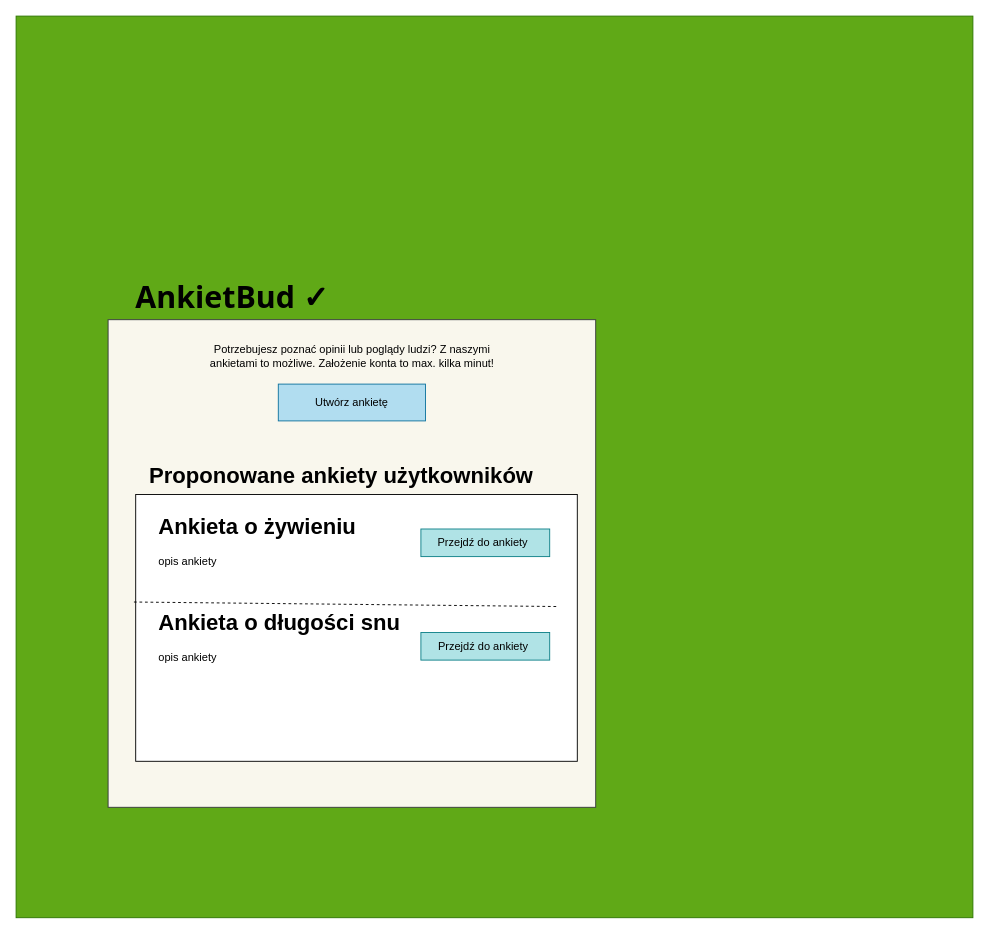
The draw.io diagram Untitled Diagram.drawio in Maaateusz/Projekt_Zespolowy_2020, before the edit. Source tidied: cells renumbered, new cells numbered last; positions are measured from the earlier drawing's top-left corner, leaving out a move shared by most shapes. Both pictures are drawn from the tidied source at 92%, with x=0, y=0 at pixel (16, 16).
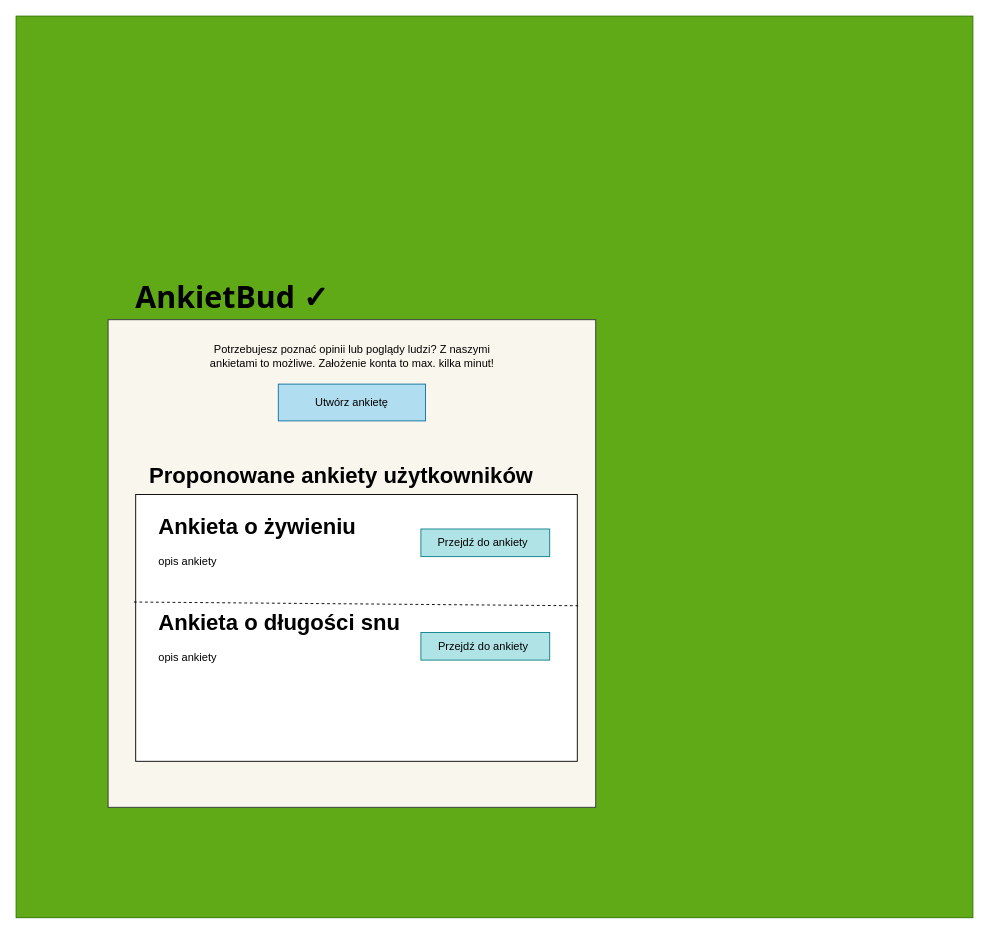
After the change.

Diff of the diagram source:
```diff
@@
 <mxGraphModel>
   <root>
     <mxCell id="0" />
     <mxCell id="1" parent="0" />
     <mxCell id="2" style="rounded=0;whiteSpace=wrap;html=1;fillColor=#60a917;strokeColor=#2D7600;fontColor=#ffffff;" parent="1" vertex="1">
       <mxGeometry width="1040" height="980" as="geometry" />
     </mxCell>
     <mxCell id="3" style="whiteSpace=wrap;html=1;fillColor=#f9f7ed;strokeColor=#36393d;" parent="1" vertex="1">
       <mxGeometry x="100" y="330" width="530" height="530" as="geometry" />
     </mxCell>
     <mxCell id="4" value="&lt;font size=&quot;1&quot; face=&quot;Tahoma&quot;&gt;&lt;b style=&quot;font-size: 33px&quot;&gt;AnkietBud &lt;/b&gt;&lt;/font&gt;&lt;font size=&quot;1&quot; face=&quot;Tahoma&quot;&gt;&lt;b style=&quot;font-size: 33px&quot;&gt;&lt;span class=&quot;aCOpRe&quot;&gt;&lt;span&gt;✓&lt;/span&gt;&lt;/span&gt;&lt;/b&gt;&lt;/font&gt;&lt;span class=&quot;aCOpRe&quot;&gt;&lt;span&gt;&lt;/span&gt;&lt;/span&gt;" style="text;html=1;strokeColor=none;fillColor=none;align=center;verticalAlign=middle;whiteSpace=wrap;rounded=0;" parent="1" vertex="1">
       <mxGeometry x="110" y="270" width="250" height="70" as="geometry" />
     </mxCell>
     <mxCell id="5" style="rounded=0;whiteSpace=wrap;html=1;fillColor=#b1ddf0;strokeColor=#10739e;" parent="1" vertex="1">
       <mxGeometry x="285" y="400" width="160" height="40" as="geometry" />
     </mxCell>
     <mxCell id="6" value="Utwórz ankietę" style="text;html=1;strokeColor=none;fillColor=none;align=center;verticalAlign=middle;whiteSpace=wrap;rounded=0;" parent="1" vertex="1">
       <mxGeometry x="300" y="410" width="130" height="20" as="geometry" />
     </mxCell>
     <mxCell id="7" value="Potrzebujesz poznać opinii lub poglądy ludzi? Z naszymi ankietami to możliwe. Założenie konta to max. kilka minut!" style="text;html=1;strokeColor=none;fillColor=none;align=center;verticalAlign=middle;whiteSpace=wrap;rounded=0;" parent="1" vertex="1">
       <mxGeometry x="194.5" y="340" width="341" height="60" as="geometry" />
     </mxCell>
     <mxCell id="8" style="rounded=0;whiteSpace=wrap;html=1;" parent="1" vertex="1">
       <mxGeometry x="130" y="520" width="480" height="290" as="geometry" />
     </mxCell>
     <mxCell id="9" value="&lt;h1&gt;Proponowane ankiety użytkowników&lt;br&gt;&lt;/h1&gt;&lt;p&gt;&lt;br&gt;&lt;/p&gt;" style="text;html=1;strokeColor=none;fillColor=none;spacing=5;spacingTop=-20;whiteSpace=wrap;overflow=hidden;rounded=0;" parent="1" vertex="1">
       <mxGeometry x="140" y="480" width="490" height="120" as="geometry" />
     </mxCell>
     <mxCell id="10" value="&lt;h1&gt;Ankieta o żywieniu&lt;br&gt;&lt;/h1&gt;&lt;p&gt;opis ankiety&lt;br&gt;&lt;/p&gt;" style="text;html=1;strokeColor=none;fillColor=none;spacing=5;spacingTop=-20;whiteSpace=wrap;overflow=hidden;rounded=0;" parent="1" vertex="1">
       <mxGeometry x="150" y="535" width="290" height="75" as="geometry" />
     </mxCell>
     <mxCell id="11" value="&lt;h1&gt;Ankieta o długości snu&lt;br&gt;&lt;/h1&gt;&lt;p&gt;opis ankiety&lt;br&gt;&lt;/p&gt;" style="text;html=1;strokeColor=none;fillColor=none;spacing=5;spacingTop=-20;whiteSpace=wrap;overflow=hidden;rounded=0;" parent="1" vertex="1">
       <mxGeometry x="150" y="640" width="340" height="120" as="geometry" />
     </mxCell>
-    <mxCell id="12" style="endArrow=none;dashed=1;html=1;exitX=-0.004;exitY=0.403;exitDx=0;exitDy=0;exitPerimeter=0;entryX=0.958;entryY=0.42;entryDx=0;entryDy=0;entryPerimeter=0;" parent="1" edge="1" source="8" target="8">
+    <mxCell id="12" style="endArrow=none;dashed=1;html=1;exitX=-0.004;exitY=0.403;exitDx=0;exitDy=0;exitPerimeter=0;entryX=1.002;entryY=0.417;entryDx=0;entryDy=0;entryPerimeter=0;" parent="1" edge="1" source="8" target="8">
       <mxGeometry relative="1" as="geometry" />
     </mxCell>
     <mxCell id="13" style="rounded=0;whiteSpace=wrap;html=1;fillColor=#b0e3e6;strokeColor=#0e8088;" parent="1" vertex="1">
       <mxGeometry x="440" y="557.5" width="140" height="30" as="geometry" />
     </mxCell>
     <mxCell id="14" style="rounded=0;whiteSpace=wrap;html=1;fillColor=#b0e3e6;strokeColor=#0e8088;" parent="1" vertex="1">
       <mxGeometry x="440" y="670" width="140" height="30" as="geometry" />
     </mxCell>
     <mxCell id="15" value="Przejdź do ankiety" style="text;html=1;strokeColor=none;fillColor=none;align=center;verticalAlign=middle;whiteSpace=wrap;rounded=0;" parent="1" vertex="1">
       <mxGeometry x="445" y="562.5" width="125" height="20" as="geometry" />
     </mxCell>
     <mxCell id="16" value="Przejdź do ankiety" style="text;html=1;strokeColor=none;fillColor=none;align=center;verticalAlign=middle;whiteSpace=wrap;rounded=0;" parent="1" vertex="1">
       <mxGeometry x="447.5" y="675" width="120" height="20" as="geometry" />
     </mxCell>
   </root>
 </mxGraphModel>
```
